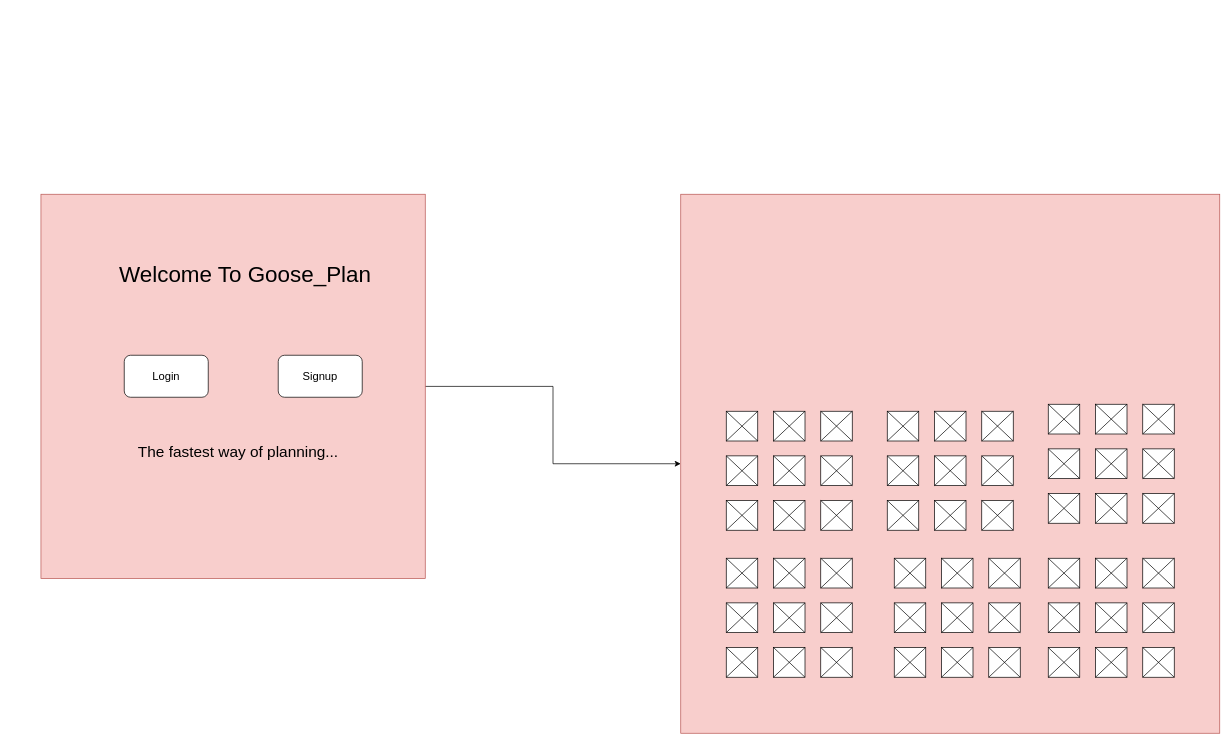
Above: Untitled Diagram.drawio in bengraham-B/L3T14 (draw.io), before the change. Source tidied: cells renumbered, new cells numbered last; positions are measured from the earlier drawing's top-left corner, leaving out a move shared by most shapes. Both pictures are drawn from the tidied source at 70%, with x=0, y=0 at pixel (12, 194).
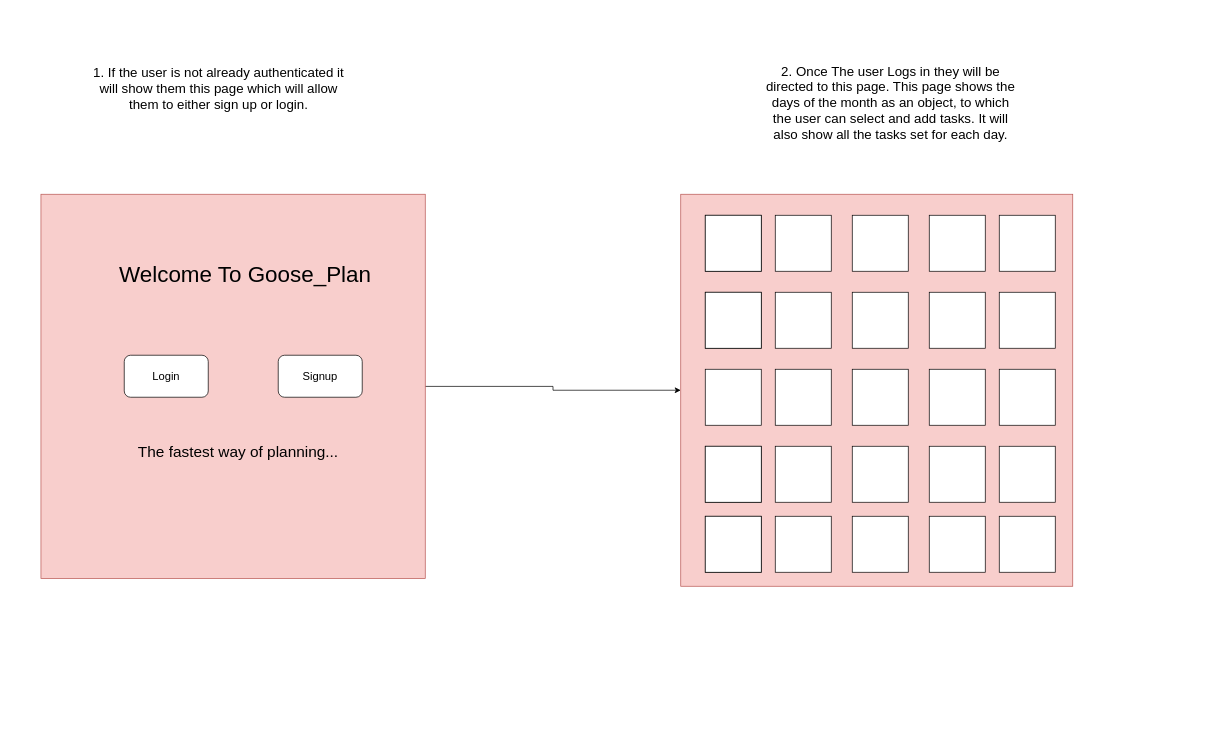
After the change.

Diff of the diagram source:
```diff
@@
     <mxCell id="9" style="whiteSpace=wrap;html=1;fillColor=#f8cecc;strokeColor=#b85450;" parent="1" vertex="1">
-      <mxGeometry x="955" width="770" height="770" as="geometry" />
+      <mxGeometry x="955" width="560" height="560" as="geometry" />
     </mxCell>
-    <mxCell id="10" style="verticalLabelPosition=bottom;verticalAlign=top;html=1;shadow=0;dashed=0;strokeWidth=1;shape=mxgraph.ios.iIconGrid;gridSize=3,3;" parent="1" vertex="1">
-      <mxGeometry x="1480" y="520" width="180" height="170" as="geometry" />
-    </mxCell>
-    <mxCell id="11" style="verticalLabelPosition=bottom;verticalAlign=top;html=1;shadow=0;dashed=0;strokeWidth=1;shape=mxgraph.ios.iIconGrid;gridSize=3,3;" parent="1" vertex="1">
-      <mxGeometry x="1020" y="310" width="180" height="170" as="geometry" />
-    </mxCell>
-    <mxCell id="12" style="verticalLabelPosition=bottom;verticalAlign=top;html=1;shadow=0;dashed=0;strokeWidth=1;shape=mxgraph.ios.iIconGrid;gridSize=3,3;" parent="1" vertex="1">
-      <mxGeometry x="1480" y="300" width="180" height="170" as="geometry" />
-    </mxCell>
-    <mxCell id="13" style="verticalLabelPosition=bottom;verticalAlign=top;html=1;shadow=0;dashed=0;strokeWidth=1;shape=mxgraph.ios.iIconGrid;gridSize=3,3;" parent="1" vertex="1">
-      <mxGeometry x="1250" y="310" width="180" height="170" as="geometry" />
-    </mxCell>
-    <mxCell id="14" style="verticalLabelPosition=bottom;verticalAlign=top;html=1;shadow=0;dashed=0;strokeWidth=1;shape=mxgraph.ios.iIconGrid;gridSize=3,3;" parent="1" vertex="1">
-      <mxGeometry x="1260" y="520" width="180" height="170" as="geometry" />
-    </mxCell>
-    <mxCell id="15" style="verticalLabelPosition=bottom;verticalAlign=top;html=1;shadow=0;dashed=0;strokeWidth=1;shape=mxgraph.ios.iIconGrid;gridSize=3,3;" parent="1" vertex="1">
-      <mxGeometry x="1020" y="520" width="180" height="170" as="geometry" />
-    </mxCell>
+    <mxCell id="16" style="whiteSpace=wrap;html=1;" parent="1" vertex="1">
+      <mxGeometry x="990" y="140" width="80" height="80" as="geometry" />
+    </mxCell>
+    <mxCell id="17" style="whiteSpace=wrap;html=1;" parent="1" vertex="1">
+      <mxGeometry x="990" y="360" width="80" height="80" as="geometry" />
+    </mxCell>
+    <mxCell id="18" style="whiteSpace=wrap;html=1;" parent="1" vertex="1">
+      <mxGeometry x="990" y="30" width="80" height="80" as="geometry" />
+    </mxCell>
+    <mxCell id="19" style="whiteSpace=wrap;html=1;" parent="1" vertex="1">
+      <mxGeometry x="990" y="250" width="80" height="80" as="geometry" />
+    </mxCell>
+    <mxCell id="20" style="whiteSpace=wrap;html=1;" parent="1" vertex="1">
+      <mxGeometry x="990" y="460" width="80" height="80" as="geometry" />
+    </mxCell>
+    <mxCell id="21" style="whiteSpace=wrap;html=1;" parent="1" vertex="1">
+      <mxGeometry x="1090" y="250" width="80" height="80" as="geometry" />
+    </mxCell>
+    <mxCell id="22" style="whiteSpace=wrap;html=1;" parent="1" vertex="1">
+      <mxGeometry x="1200" y="250" width="80" height="80" as="geometry" />
+    </mxCell>
+    <mxCell id="23" style="whiteSpace=wrap;html=1;" parent="1" vertex="1">
+      <mxGeometry x="1310" y="250" width="80" height="80" as="geometry" />
+    </mxCell>
+    <mxCell id="24" style="whiteSpace=wrap;html=1;" parent="1" vertex="1">
+      <mxGeometry x="1410" y="250" width="80" height="80" as="geometry" />
+    </mxCell>
+    <mxCell id="25" style="whiteSpace=wrap;html=1;" parent="1" vertex="1">
+      <mxGeometry x="990" y="360" width="80" height="80" as="geometry" />
+    </mxCell>
+    <mxCell id="26" style="whiteSpace=wrap;html=1;" parent="1" vertex="1">
+      <mxGeometry x="1090" y="360" width="80" height="80" as="geometry" />
+    </mxCell>
+    <mxCell id="27" style="whiteSpace=wrap;html=1;" parent="1" vertex="1">
+      <mxGeometry x="1200" y="360" width="80" height="80" as="geometry" />
+    </mxCell>
+    <mxCell id="28" style="whiteSpace=wrap;html=1;" parent="1" vertex="1">
+      <mxGeometry x="1310" y="360" width="80" height="80" as="geometry" />
+    </mxCell>
+    <mxCell id="29" style="whiteSpace=wrap;html=1;" parent="1" vertex="1">
+      <mxGeometry x="1410" y="360" width="80" height="80" as="geometry" />
+    </mxCell>
+    <mxCell id="30" style="whiteSpace=wrap;html=1;" parent="1" vertex="1">
+      <mxGeometry x="990" y="460" width="80" height="80" as="geometry" />
+    </mxCell>
+    <mxCell id="31" style="whiteSpace=wrap;html=1;" parent="1" vertex="1">
+      <mxGeometry x="1090" y="460" width="80" height="80" as="geometry" />
+    </mxCell>
+    <mxCell id="32" style="whiteSpace=wrap;html=1;" parent="1" vertex="1">
+      <mxGeometry x="1200" y="460" width="80" height="80" as="geometry" />
+    </mxCell>
+    <mxCell id="33" style="whiteSpace=wrap;html=1;" parent="1" vertex="1">
+      <mxGeometry x="1310" y="460" width="80" height="80" as="geometry" />
+    </mxCell>
+    <mxCell id="34" style="whiteSpace=wrap;html=1;" parent="1" vertex="1">
+      <mxGeometry x="1410" y="460" width="80" height="80" as="geometry" />
+    </mxCell>
+    <mxCell id="35" style="whiteSpace=wrap;html=1;" parent="1" vertex="1">
+      <mxGeometry x="990" y="140" width="80" height="80" as="geometry" />
+    </mxCell>
+    <mxCell id="36" style="whiteSpace=wrap;html=1;" parent="1" vertex="1">
+      <mxGeometry x="1090" y="140" width="80" height="80" as="geometry" />
+    </mxCell>
+    <mxCell id="37" style="whiteSpace=wrap;html=1;" parent="1" vertex="1">
+      <mxGeometry x="1200" y="140" width="80" height="80" as="geometry" />
+    </mxCell>
+    <mxCell id="38" style="whiteSpace=wrap;html=1;" parent="1" vertex="1">
+      <mxGeometry x="1310" y="140" width="80" height="80" as="geometry" />
+    </mxCell>
+    <mxCell id="39" style="whiteSpace=wrap;html=1;" parent="1" vertex="1">
+      <mxGeometry x="1410" y="140" width="80" height="80" as="geometry" />
+    </mxCell>
+    <mxCell id="40" style="whiteSpace=wrap;html=1;" parent="1" vertex="1">
+      <mxGeometry x="990" y="30" width="80" height="80" as="geometry" />
+    </mxCell>
+    <mxCell id="41" style="whiteSpace=wrap;html=1;" parent="1" vertex="1">
+      <mxGeometry x="1090" y="30" width="80" height="80" as="geometry" />
+    </mxCell>
+    <mxCell id="42" style="whiteSpace=wrap;html=1;" parent="1" vertex="1">
+      <mxGeometry x="1200" y="30" width="80" height="80" as="geometry" />
+    </mxCell>
+    <mxCell id="43" style="whiteSpace=wrap;html=1;" parent="1" vertex="1">
+      <mxGeometry x="1310" y="30" width="80" height="80" as="geometry" />
+    </mxCell>
+    <mxCell id="44" style="whiteSpace=wrap;html=1;" parent="1" vertex="1">
+      <mxGeometry x="1410" y="30" width="80" height="80" as="geometry" />
+    </mxCell>
+    <mxCell id="45" value="&lt;font style=&quot;font-size: 19px;&quot;&gt;2. Once The user Logs in they will be directed to this page. This page shows the days of the month as an object, to which the user can select and add tasks. It will also show all the tasks set for each day.&lt;/font&gt;" style="text;strokeColor=none;align=center;fillColor=none;html=1;verticalAlign=middle;whiteSpace=wrap;rounded=0;" parent="1" vertex="1">
+      <mxGeometry x="1070" y="-240" width="370" height="220" as="geometry" />
+    </mxCell>
+    <mxCell id="46" value="&lt;font style=&quot;font-size: 19px;&quot;&gt;1. If the user is not already authenticated it will show them this page which will allow them to either sign up or login.&lt;/font&gt;" style="text;strokeColor=none;align=center;fillColor=none;html=1;verticalAlign=middle;whiteSpace=wrap;rounded=0;" parent="1" vertex="1">
+      <mxGeometry x="110" y="-260" width="370" height="220" as="geometry" />
+    </mxCell>
```
